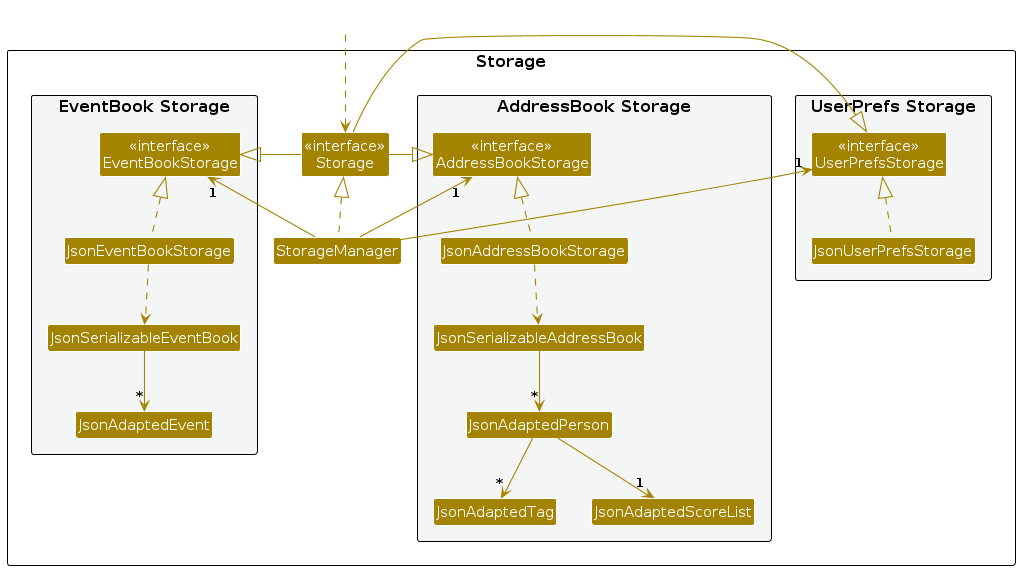
AriellaCallista/tp keeps this PlantUML diagram as diagrams/StorageClassDiagram.png. Above is the earlier version. Its source is kept beside it as diagrams/StorageClassDiagram.puml.
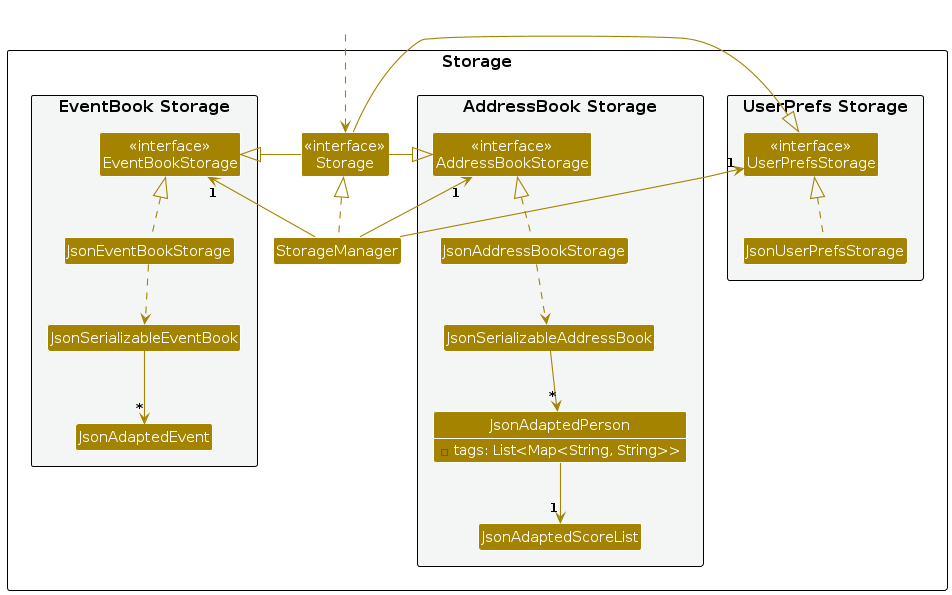
The same file after the commit.

Change to the diagram source:
```diff
@@ -18,10 +18,12 @@
 Class "<<interface>>\nAddressBookStorage" as AddressBookStorage
 Class JsonAddressBookStorage
 Class JsonSerializableAddressBook
-Class JsonAdaptedPerson
-Class JsonAdaptedTag
+Class JsonAdaptedPerson {
+  - tags: List<Map<String, String>>
+}
 Class JsonAdaptedScoreList
 }
+
 
 package "EventBook Storage" #F4F6F6{
 Class "<<interface>>\nEventBookStorage" as EventBookStorage
@@ -48,10 +50,12 @@
 JsonAddressBookStorage .up.|> AddressBookStorage
 JsonAddressBookStorage ..> JsonSerializableAddressBook
 JsonSerializableAddressBook --> "*" JsonAdaptedPerson
-JsonAdaptedPerson --> "*" JsonAdaptedTag
 JsonAdaptedPerson --> "1" JsonAdaptedScoreList
+
 JsonEventBookStorage .up.|> EventBookStorage
 JsonEventBookStorage ..> JsonSerializableEventBook
 JsonSerializableEventBook --> "*" JsonAdaptedEvent
 
+
+
 @enduml
```
